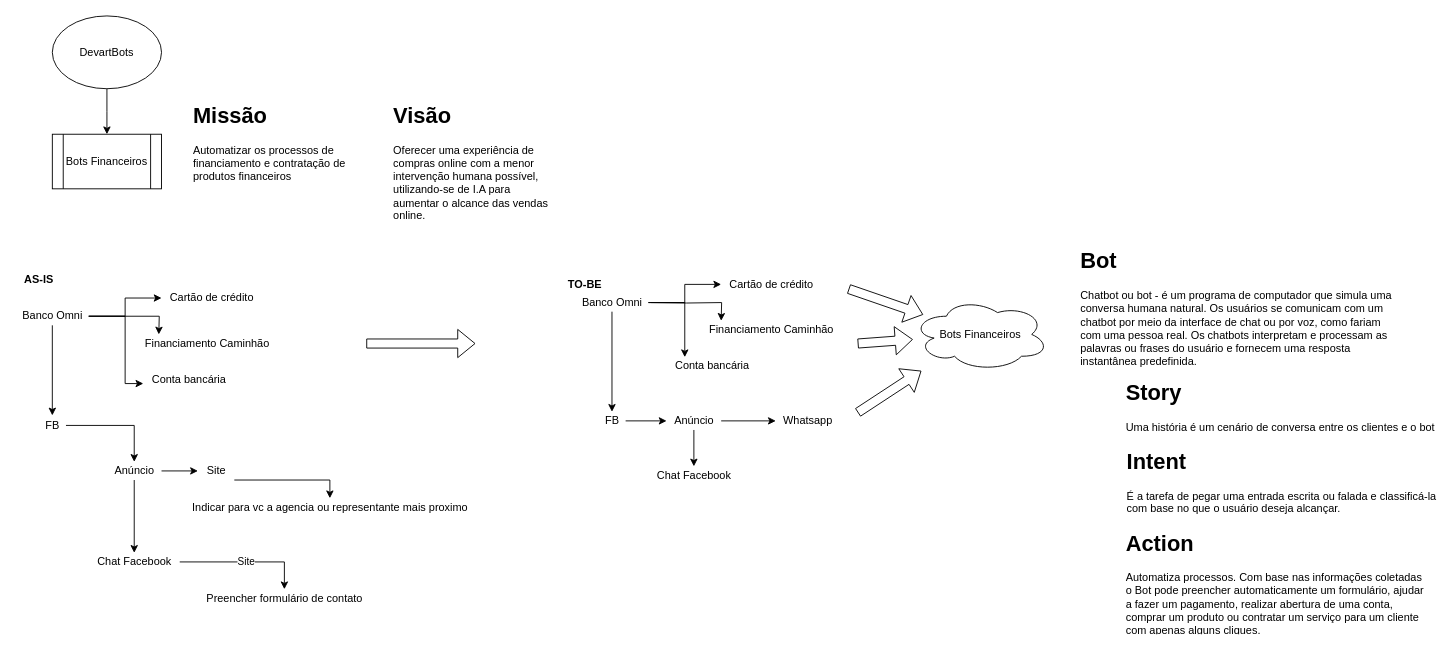
Before: modelo bot financeiro.drawio in gilbertoasz87/rasa-imovtech, a draw.io diagram. Source tidied: cells renumbered, new cells numbered last; positions are measured from the earlier drawing's top-left corner, leaving out a move shared by most shapes. Both pictures are drawn from the tidied source at 91%, with x=0, y=0 at pixel (15, 15).
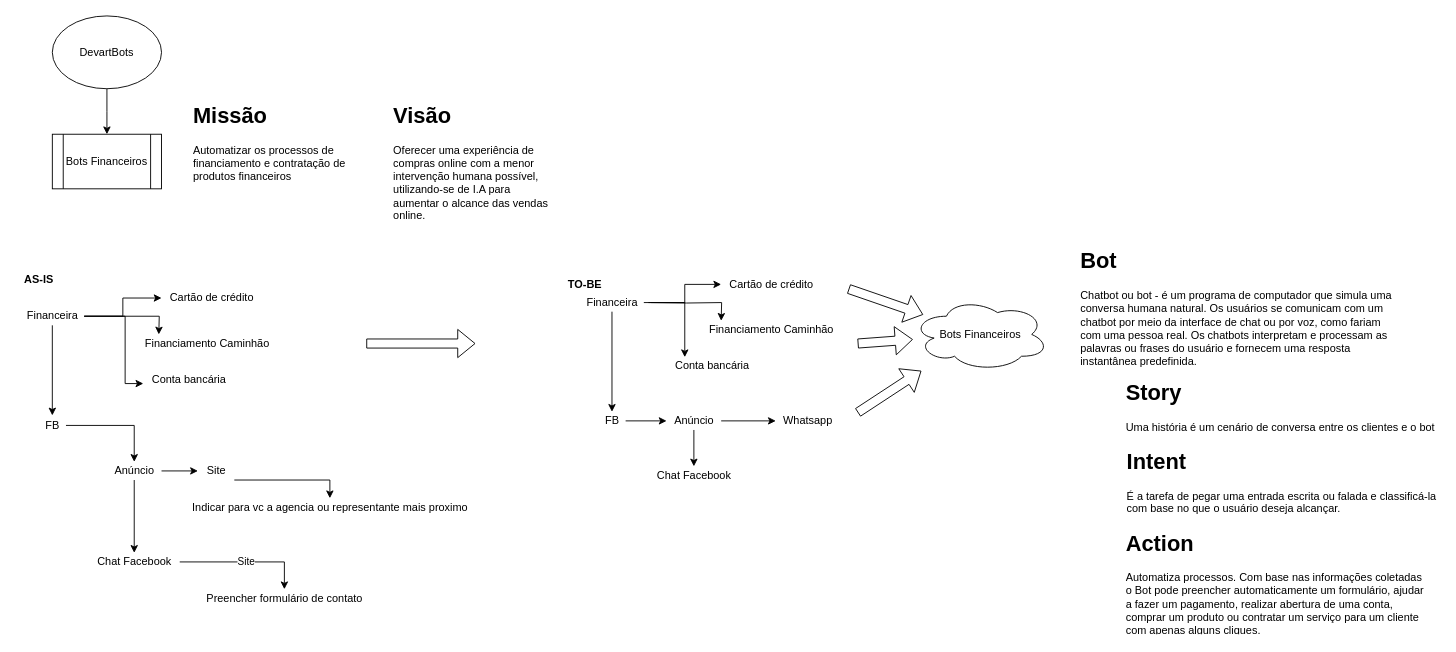
After the change.

The edit, as a diff of the source:
```diff
@@
-    <mxCell id="11" value="Banco Omni" style="text;html=1;align=center;verticalAlign=middle;points=[];strokeColor=none;" parent="1" vertex="1">
-      <mxGeometry y="320" width="80" height="20" as="geometry" />
+    <mxCell id="11" value="Financeira" style="text;html=1;align=center;verticalAlign=middle;points=[];strokeColor=none;" parent="1" vertex="1">
+      <mxGeometry x="5" y="320" width="70" height="20" as="geometry" />
     </mxCell>
@@
-    <mxCell id="30" value="Banco Omni" style="text;html=1;align=center;verticalAlign=middle;points=[];strokeColor=none;" parent="1" vertex="1">
-      <mxGeometry x="615" y="305" width="80" height="20" as="geometry" />
+    <mxCell id="30" value="Financeira" style="text;html=1;align=center;verticalAlign=middle;points=[];strokeColor=none;" parent="1" vertex="1">
+      <mxGeometry x="620" y="305" width="70" height="20" as="geometry" />
     </mxCell>
```
